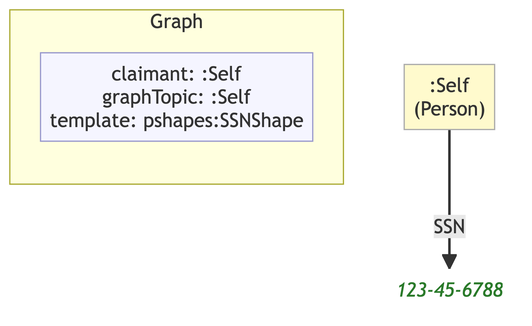
This is example/graphs/images/graph-80.png from MeeFoundation/mia-ontologies, a Mermaid export, as it was before one commit. Its source is kept beside it as example/graphs/images/graph-80.mmd.
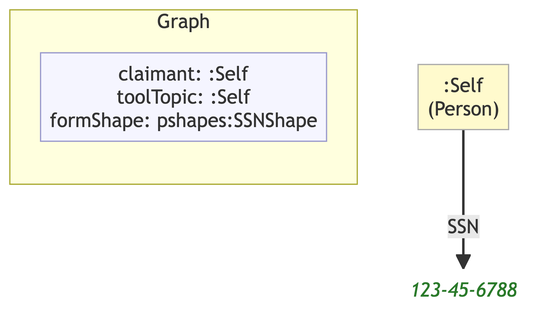
The same file after the commit.

Diff of the diagram source:
```diff
@@ -7,10 +7,10 @@
 
     subgraph ctx["Graph"]
         direction LR
-        ctx_meta["claimant: :Self\ngraphTopic: :Self\ntemplate: pshapes:SSNShape"]:::meta
+        ctx_meta["claimant: :Self\ntoolTopic: :Self\nformShape: pshapes:SSNShape"]:::meta
     end
 
-    ne0c3ba92f1db[":Self\n(Person)"]:::person
-    na9b686cd74fe("123-45-6788"):::lit
+    n655e442e50be[":Self\n(Person)"]:::person
+    nd3d7d5030fe5("123-45-6788"):::lit
 
-    ne0c3ba92f1db -->|"SSN"| na9b686cd74fe
+    n655e442e50be -->|"SSN"| nd3d7d5030fe5
```
